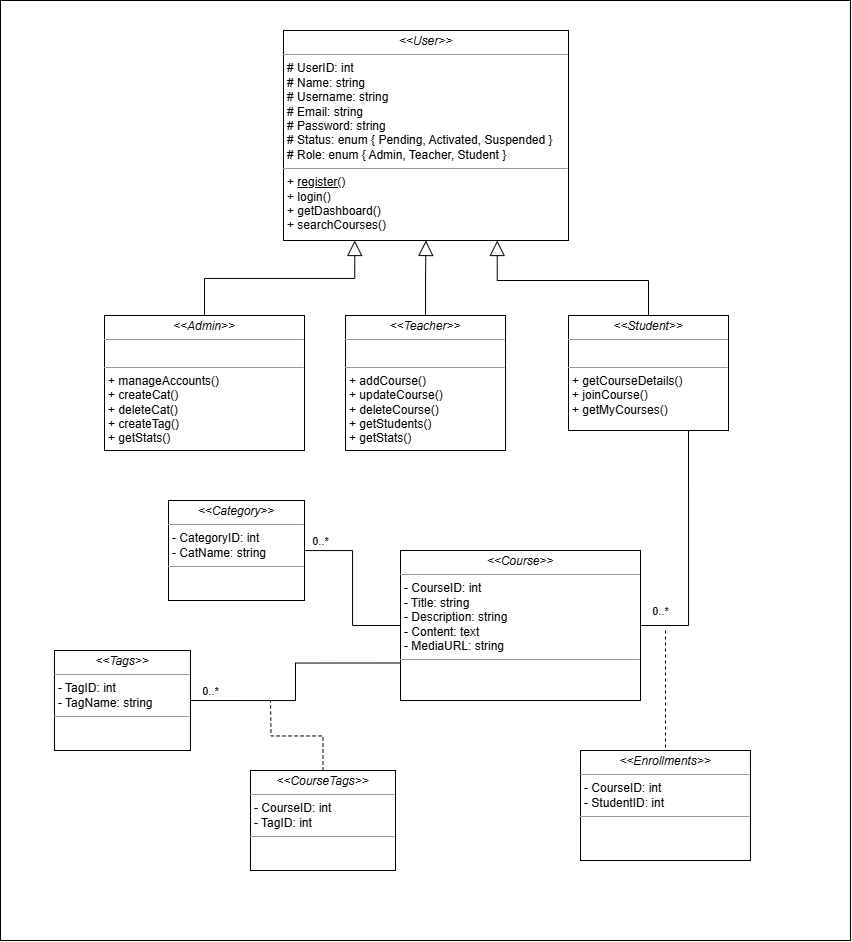
Before: diagrams/Class.png, a diagram exported from draw.io (theshamkhi/Udemy). Source tidied: cells renumbered, new cells last; positions are measured from the earlier drawing's top-left corner, leaving out a move shared by most shapes.
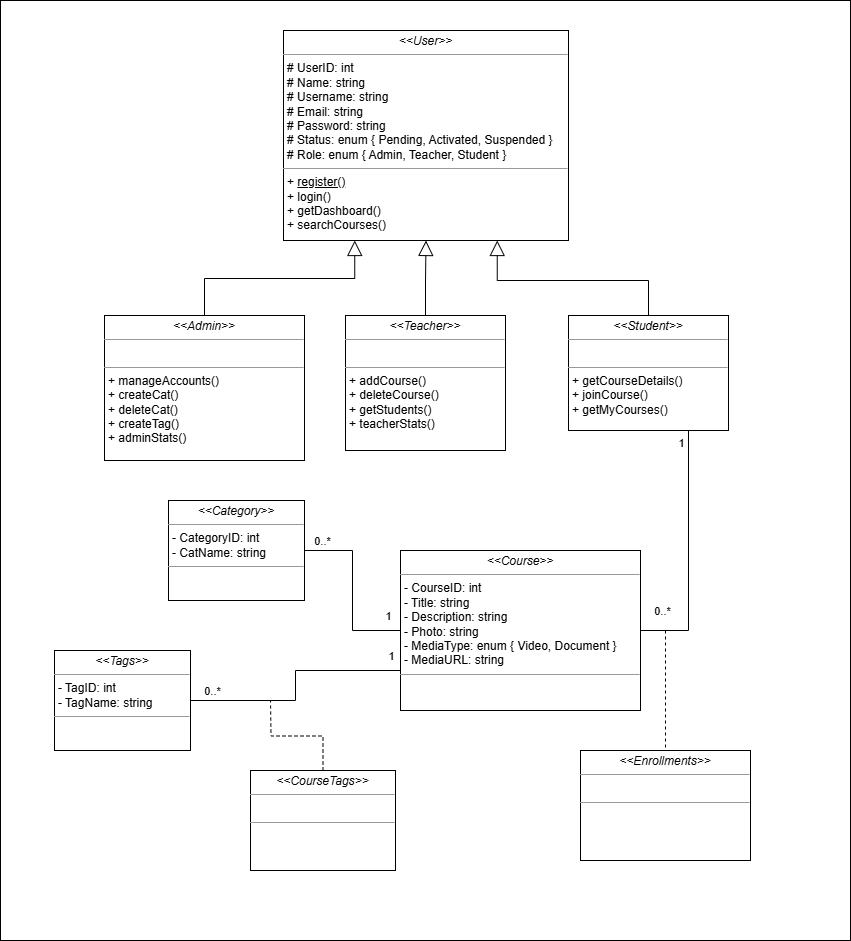
Later version of the same file.

Commit message:
Updated Class Diagram

Diff of the diagram source:
```diff
@@ -5,13 +5,13 @@
     <mxCell id="2" style="rounded=0;whiteSpace=wrap;html=1;" parent="1" vertex="1">
       <mxGeometry width="850" height="940" as="geometry" />
     </mxCell>
-    <mxCell id="3" value="&lt;p style=&quot;margin:0px;margin-top:4px;text-align:center;&quot;&gt;&lt;i&gt;&amp;lt;&amp;lt;Admin&amp;gt;&amp;gt;&lt;/i&gt;&lt;br&gt;&lt;/p&gt;&lt;hr size=&quot;1&quot;&gt;&lt;p style=&quot;margin: 0px 0px 0px 4px;&quot;&gt;&lt;br&gt;&lt;/p&gt;&lt;hr size=&quot;1&quot;&gt;&lt;p style=&quot;margin:0px;margin-left:4px;&quot;&gt;&lt;span style=&quot;background-color: transparent; color: light-dark(rgb(0, 0, 0), rgb(255, 255, 255));&quot;&gt;+ manageAccounts()&lt;/span&gt;&lt;/p&gt;&lt;p style=&quot;margin:0px;margin-left:4px;&quot;&gt;&lt;span style=&quot;background-color: transparent; color: light-dark(rgb(0, 0, 0), rgb(255, 255, 255));&quot;&gt;+ createCat()&lt;/span&gt;&lt;/p&gt;&lt;p style=&quot;margin:0px;margin-left:4px;&quot;&gt;+ deleteCat()&lt;/p&gt;&lt;p style=&quot;margin:0px;margin-left:4px;&quot;&gt;+ createTag()&lt;/p&gt;&lt;p style=&quot;margin:0px;margin-left:4px;&quot;&gt;+ getStats()&lt;/p&gt;" style="verticalAlign=top;align=left;overflow=fill;fontSize=12;fontFamily=Helvetica;html=1;rounded=0;shadow=0;comic=0;labelBackgroundColor=none;strokeWidth=1;" parent="1" vertex="1">
-      <mxGeometry x="104" y="315" width="200" height="135" as="geometry" />
+    <mxCell id="3" value="&lt;p style=&quot;margin:0px;margin-top:4px;text-align:center;&quot;&gt;&lt;i&gt;&amp;lt;&amp;lt;Admin&amp;gt;&amp;gt;&lt;/i&gt;&lt;br&gt;&lt;/p&gt;&lt;hr size=&quot;1&quot;&gt;&lt;p style=&quot;margin: 0px 0px 0px 4px;&quot;&gt;&lt;br&gt;&lt;/p&gt;&lt;hr size=&quot;1&quot;&gt;&lt;p style=&quot;margin:0px;margin-left:4px;&quot;&gt;&lt;span style=&quot;background-color: transparent; color: light-dark(rgb(0, 0, 0), rgb(255, 255, 255));&quot;&gt;+ manageAccounts()&lt;/span&gt;&lt;/p&gt;&lt;p style=&quot;margin:0px;margin-left:4px;&quot;&gt;&lt;span style=&quot;background-color: transparent; color: light-dark(rgb(0, 0, 0), rgb(255, 255, 255));&quot;&gt;+ createCat()&lt;/span&gt;&lt;/p&gt;&lt;p style=&quot;margin:0px;margin-left:4px;&quot;&gt;+ deleteCat()&lt;/p&gt;&lt;p style=&quot;margin:0px;margin-left:4px;&quot;&gt;+ createTag()&lt;/p&gt;&lt;p style=&quot;margin:0px;margin-left:4px;&quot;&gt;+ adminStats()&lt;/p&gt;" style="verticalAlign=top;align=left;overflow=fill;fontSize=12;fontFamily=Helvetica;html=1;rounded=0;shadow=0;comic=0;labelBackgroundColor=none;strokeWidth=1;" parent="1" vertex="1">
+      <mxGeometry x="104" y="315" width="200" height="145" as="geometry" />
     </mxCell>
     <mxCell id="4" style="edgeStyle=orthogonalEdgeStyle;rounded=0;jettySize=auto;html=1;endArrow=block;endFill=0;endSize=13;" parent="1" edge="1" source="5" target="7">
       <mxGeometry relative="1" as="geometry" />
     </mxCell>
-    <mxCell id="5" value="&lt;p style=&quot;margin:0px;margin-top:4px;text-align:center;&quot;&gt;&lt;i&gt;&amp;lt;&amp;lt;Teacher&amp;gt;&amp;gt;&lt;/i&gt;&lt;br&gt;&lt;/p&gt;&lt;hr size=&quot;1&quot;&gt;&lt;p style=&quot;margin:0px;margin-left:4px;&quot;&gt;&lt;br&gt;&lt;/p&gt;&lt;hr size=&quot;1&quot;&gt;&lt;p style=&quot;margin:0px;margin-left:4px;&quot;&gt;+ addCourse()&lt;/p&gt;&lt;p style=&quot;margin:0px;margin-left:4px;&quot;&gt;+ updateCourse()&lt;/p&gt;&lt;p style=&quot;margin:0px;margin-left:4px;&quot;&gt;+ deleteCourse()&lt;/p&gt;&lt;p style=&quot;margin:0px;margin-left:4px;&quot;&gt;+ getStudents()&lt;/p&gt;&lt;p style=&quot;margin:0px;margin-left:4px;&quot;&gt;+ getStats()&lt;/p&gt;" style="verticalAlign=top;align=left;overflow=fill;fontSize=12;fontFamily=Helvetica;html=1;rounded=0;shadow=0;comic=0;labelBackgroundColor=none;strokeWidth=1;" parent="1" vertex="1">
+    <mxCell id="5" value="&lt;p style=&quot;margin:0px;margin-top:4px;text-align:center;&quot;&gt;&lt;i&gt;&amp;lt;&amp;lt;Teacher&amp;gt;&amp;gt;&lt;/i&gt;&lt;br&gt;&lt;/p&gt;&lt;hr size=&quot;1&quot;&gt;&lt;p style=&quot;margin:0px;margin-left:4px;&quot;&gt;&lt;br&gt;&lt;/p&gt;&lt;hr size=&quot;1&quot;&gt;&lt;p style=&quot;margin:0px;margin-left:4px;&quot;&gt;+ addCourse()&lt;/p&gt;&lt;p style=&quot;margin:0px;margin-left:4px;&quot;&gt;&lt;span style=&quot;background-color: transparent; color: light-dark(rgb(0, 0, 0), rgb(255, 255, 255));&quot;&gt;+ deleteCourse()&lt;/span&gt;&lt;/p&gt;&lt;p style=&quot;margin:0px;margin-left:4px;&quot;&gt;+ getStudents()&lt;/p&gt;&lt;p style=&quot;margin:0px;margin-left:4px;&quot;&gt;+ teacherStats()&lt;/p&gt;" style="verticalAlign=top;align=left;overflow=fill;fontSize=12;fontFamily=Helvetica;html=1;rounded=0;shadow=0;comic=0;labelBackgroundColor=none;strokeWidth=1;" parent="1" vertex="1">
       <mxGeometry x="345" y="315" width="160" height="135" as="geometry" />
     </mxCell>
     <mxCell id="6" value="&lt;p style=&quot;margin:0px;margin-top:4px;text-align:center;&quot;&gt;&lt;i&gt;&amp;lt;&amp;lt;Student&amp;gt;&amp;gt;&lt;/i&gt;&lt;br&gt;&lt;/p&gt;&lt;hr size=&quot;1&quot;&gt;&lt;p style=&quot;margin:0px;margin-left:4px;&quot;&gt;&lt;br&gt;&lt;/p&gt;&lt;hr size=&quot;1&quot;&gt;&lt;p style=&quot;margin:0px;margin-left:4px;&quot;&gt;+ getCourseDetails()&lt;/p&gt;&lt;p style=&quot;margin:0px;margin-left:4px;&quot;&gt;+ joinCourse()&lt;/p&gt;&lt;p style=&quot;margin:0px;margin-left:4px;&quot;&gt;+ getMyCourses()&lt;/p&gt;" style="verticalAlign=top;align=left;overflow=fill;fontSize=12;fontFamily=Helvetica;html=1;rounded=0;shadow=0;comic=0;labelBackgroundColor=none;strokeWidth=1;" parent="1" vertex="1">
@@ -41,8 +41,18 @@
         <mxPoint x="312" y="61" as="offset" />
       </mxGeometry>
     </mxCell>
+    <mxCell id="23" value="1" style="edgeLabel;html=1;align=center;verticalAlign=middle;" parent="9" vertex="1">
+      <mxGeometry x="-0.85" y="1" relative="1" as="geometry">
+        <mxPoint y="-16" as="offset" />
+      </mxGeometry>
+    </mxCell>
+    <mxCell id="24" value="1" style="edgeLabel;html=1;align=center;verticalAlign=middle;" parent="9" vertex="1">
+      <mxGeometry x="-0.85" y="1" relative="1" as="geometry">
+        <mxPoint x="3" y="24" as="offset" />
+      </mxGeometry>
+    </mxCell>
-    <mxCell id="13" value="&lt;p style=&quot;margin:0px;margin-top:4px;text-align:center;&quot;&gt;&lt;i&gt;&amp;lt;&amp;lt;Course&lt;/i&gt;&lt;i style=&quot;background-color: transparent; color: light-dark(rgb(0, 0, 0), rgb(255, 255, 255));&quot;&gt;&amp;gt;&amp;gt;&lt;/i&gt;&lt;/p&gt;&lt;hr size=&quot;1&quot;&gt;&lt;p style=&quot;margin: 0px 0px 0px 4px;&quot;&gt;- CourseID: int&lt;br&gt;- Title: string&lt;/p&gt;&lt;p style=&quot;margin: 0px 0px 0px 4px;&quot;&gt;- Description: string&lt;/p&gt;&lt;p style=&quot;margin: 0px 0px 0px 4px;&quot;&gt;- Content: text&lt;/p&gt;&lt;p style=&quot;margin: 0px 0px 0px 4px;&quot;&gt;- MediaURL: string&lt;/p&gt;&lt;hr size=&quot;1&quot;&gt;&lt;p style=&quot;margin:0px;margin-left:4px;&quot;&gt;&lt;br&gt;&lt;/p&gt;" style="verticalAlign=top;align=left;overflow=fill;fontSize=12;fontFamily=Helvetica;html=1;rounded=0;shadow=0;comic=0;labelBackgroundColor=none;strokeWidth=1;" parent="1" vertex="1">
-      <mxGeometry x="400" y="550" width="240" height="150" as="geometry" />
+    <mxCell id="13" value="&lt;p style=&quot;margin:0px;margin-top:4px;text-align:center;&quot;&gt;&lt;i&gt;&amp;lt;&amp;lt;Course&lt;/i&gt;&lt;i style=&quot;background-color: transparent; color: light-dark(rgb(0, 0, 0), rgb(255, 255, 255));&quot;&gt;&amp;gt;&amp;gt;&lt;/i&gt;&lt;/p&gt;&lt;hr size=&quot;1&quot;&gt;&lt;p style=&quot;margin: 0px 0px 0px 4px;&quot;&gt;- CourseID: int&lt;br&gt;- Title: string&lt;/p&gt;&lt;p style=&quot;margin: 0px 0px 0px 4px;&quot;&gt;- Description: string&lt;/p&gt;&lt;p style=&quot;margin: 0px 0px 0px 4px;&quot;&gt;- Photo: string&lt;/p&gt;&lt;p style=&quot;margin: 0px 0px 0px 4px;&quot;&gt;- MediaType: enum { Video, Document }&lt;/p&gt;&lt;p style=&quot;margin: 0px 0px 0px 4px;&quot;&gt;- MediaURL: string&lt;/p&gt;&lt;hr size=&quot;1&quot;&gt;&lt;p style=&quot;margin:0px;margin-left:4px;&quot;&gt;&lt;br&gt;&lt;/p&gt;" style="verticalAlign=top;align=left;overflow=fill;fontSize=12;fontFamily=Helvetica;html=1;rounded=0;shadow=0;comic=0;labelBackgroundColor=none;strokeWidth=1;" parent="1" vertex="1">
+      <mxGeometry x="400" y="550" width="240" height="160" as="geometry" />
     </mxCell>
     <mxCell id="14" style="edgeStyle=elbowEdgeStyle;elbow=vertical;endArrow=block;html=1;curved=0;rounded=0;endSize=13;startSize=8;exitX=0.5;exitY=0;exitDx=0;exitDy=0;entryX=0.75;entryY=1;entryDx=0;entryDy=0;endFill=0;" parent="1" edge="1" source="6" target="7">
       <mxGeometry relative="1" as="geometry">
@@ -62,10 +72,10 @@
         <mxPoint x="270" y="700" as="targetPoint" />
       </mxGeometry>
     </mxCell>
-    <mxCell id="18" value="&lt;p style=&quot;margin:0px;margin-top:4px;text-align:center;&quot;&gt;&lt;i&gt;&amp;lt;&amp;lt;CourseTags&lt;/i&gt;&lt;i style=&quot;background-color: transparent; color: light-dark(rgb(0, 0, 0), rgb(255, 255, 255));&quot;&gt;&amp;gt;&amp;gt;&lt;/i&gt;&lt;/p&gt;&lt;hr size=&quot;1&quot;&gt;&lt;p style=&quot;margin:0px;margin-left:4px;&quot;&gt;- CourseID: int&lt;br&gt;- TagID: int&lt;/p&gt;&lt;hr size=&quot;1&quot;&gt;&lt;p style=&quot;margin:0px;margin-left:4px;&quot;&gt;&lt;br&gt;&lt;/p&gt;" style="verticalAlign=top;align=left;overflow=fill;fontSize=12;fontFamily=Helvetica;html=1;rounded=0;shadow=0;comic=0;labelBackgroundColor=none;strokeWidth=1;" parent="1" vertex="1">
+    <mxCell id="18" value="&lt;p style=&quot;margin:0px;margin-top:4px;text-align:center;&quot;&gt;&lt;i&gt;&amp;lt;&amp;lt;CourseTags&lt;/i&gt;&lt;i style=&quot;background-color: transparent; color: light-dark(rgb(0, 0, 0), rgb(255, 255, 255));&quot;&gt;&amp;gt;&amp;gt;&lt;/i&gt;&lt;/p&gt;&lt;hr size=&quot;1&quot;&gt;&lt;p style=&quot;margin:0px;margin-left:4px;&quot;&gt;&lt;br&gt;&lt;/p&gt;&lt;hr size=&quot;1&quot;&gt;&lt;p style=&quot;margin:0px;margin-left:4px;&quot;&gt;&lt;br&gt;&lt;/p&gt;" style="verticalAlign=top;align=left;overflow=fill;fontSize=12;fontFamily=Helvetica;html=1;rounded=0;shadow=0;comic=0;labelBackgroundColor=none;strokeWidth=1;" parent="1" vertex="1">
       <mxGeometry x="250" y="770" width="145" height="100" as="geometry" />
     </mxCell>
-    <mxCell id="19" value="&lt;p style=&quot;margin:0px;margin-top:4px;text-align:center;&quot;&gt;&lt;i&gt;&amp;lt;&amp;lt;Enrollments&lt;/i&gt;&lt;i style=&quot;background-color: transparent; color: light-dark(rgb(0, 0, 0), rgb(255, 255, 255));&quot;&gt;&amp;gt;&amp;gt;&lt;/i&gt;&lt;/p&gt;&lt;hr size=&quot;1&quot;&gt;&lt;p style=&quot;margin: 0px 0px 0px 4px;&quot;&gt;&lt;span style=&quot;background-color: transparent; color: light-dark(rgb(0, 0, 0), rgb(255, 255, 255));&quot;&gt;- CourseID: int&lt;/span&gt;&lt;/p&gt;&lt;p style=&quot;margin: 0px 0px 0px 4px;&quot;&gt;- StudentID: int&lt;br&gt;&lt;/p&gt;&lt;hr size=&quot;1&quot;&gt;&lt;p style=&quot;margin:0px;margin-left:4px;&quot;&gt;&lt;br&gt;&lt;/p&gt;" style="verticalAlign=top;align=left;overflow=fill;fontSize=12;fontFamily=Helvetica;html=1;rounded=0;shadow=0;comic=0;labelBackgroundColor=none;strokeWidth=1;" parent="1" vertex="1">
+    <mxCell id="19" value="&lt;p style=&quot;margin:0px;margin-top:4px;text-align:center;&quot;&gt;&lt;i&gt;&amp;lt;&amp;lt;Enrollments&lt;/i&gt;&lt;i style=&quot;background-color: transparent; color: light-dark(rgb(0, 0, 0), rgb(255, 255, 255));&quot;&gt;&amp;gt;&amp;gt;&lt;/i&gt;&lt;/p&gt;&lt;hr size=&quot;1&quot;&gt;&lt;p style=&quot;margin: 0px 0px 0px 4px;&quot;&gt;&lt;br&gt;&lt;/p&gt;&lt;hr size=&quot;1&quot;&gt;&lt;p style=&quot;margin:0px;margin-left:4px;&quot;&gt;&lt;br&gt;&lt;/p&gt;" style="verticalAlign=top;align=left;overflow=fill;fontSize=12;fontFamily=Helvetica;html=1;rounded=0;shadow=0;comic=0;labelBackgroundColor=none;strokeWidth=1;" parent="1" vertex="1">
       <mxGeometry x="580" y="750" width="170" height="110" as="geometry" />
     </mxCell>
     <mxCell id="20" style="endArrow=none;html=1;rounded=0;exitX=1;exitY=0.5;exitDx=0;exitDy=0;entryX=0;entryY=0.75;entryDx=0;entryDy=0;edgeStyle=orthogonalEdgeStyle;" parent="1" edge="1" source="16" target="13">
@@ -74,6 +84,11 @@
     <mxCell id="21" style="endArrow=none;html=1;rounded=0;entryX=0.75;entryY=1;entryDx=0;entryDy=0;exitX=1;exitY=0.5;exitDx=0;exitDy=0;edgeStyle=orthogonalEdgeStyle;" parent="1" edge="1" source="13" target="6">
       <mxGeometry relative="1" as="geometry" />
     </mxCell>
+    <mxCell id="25" value="1" style="edgeLabel;html=1;align=center;verticalAlign=middle;" parent="21" vertex="1">
+      <mxGeometry x="0.9" y="1" relative="1" as="geometry">
+        <mxPoint x="-7" as="offset" />
+      </mxGeometry>
+    </mxCell>
     <mxCell id="22" style="endArrow=none;html=1;rounded=0;entryX=0.5;entryY=0;entryDx=0;entryDy=0;dashed=1;" parent="1" edge="1" target="19">
       <mxGeometry relative="1" as="geometry">
         <mxPoint x="665" y="630" as="sourcePoint" />
```
